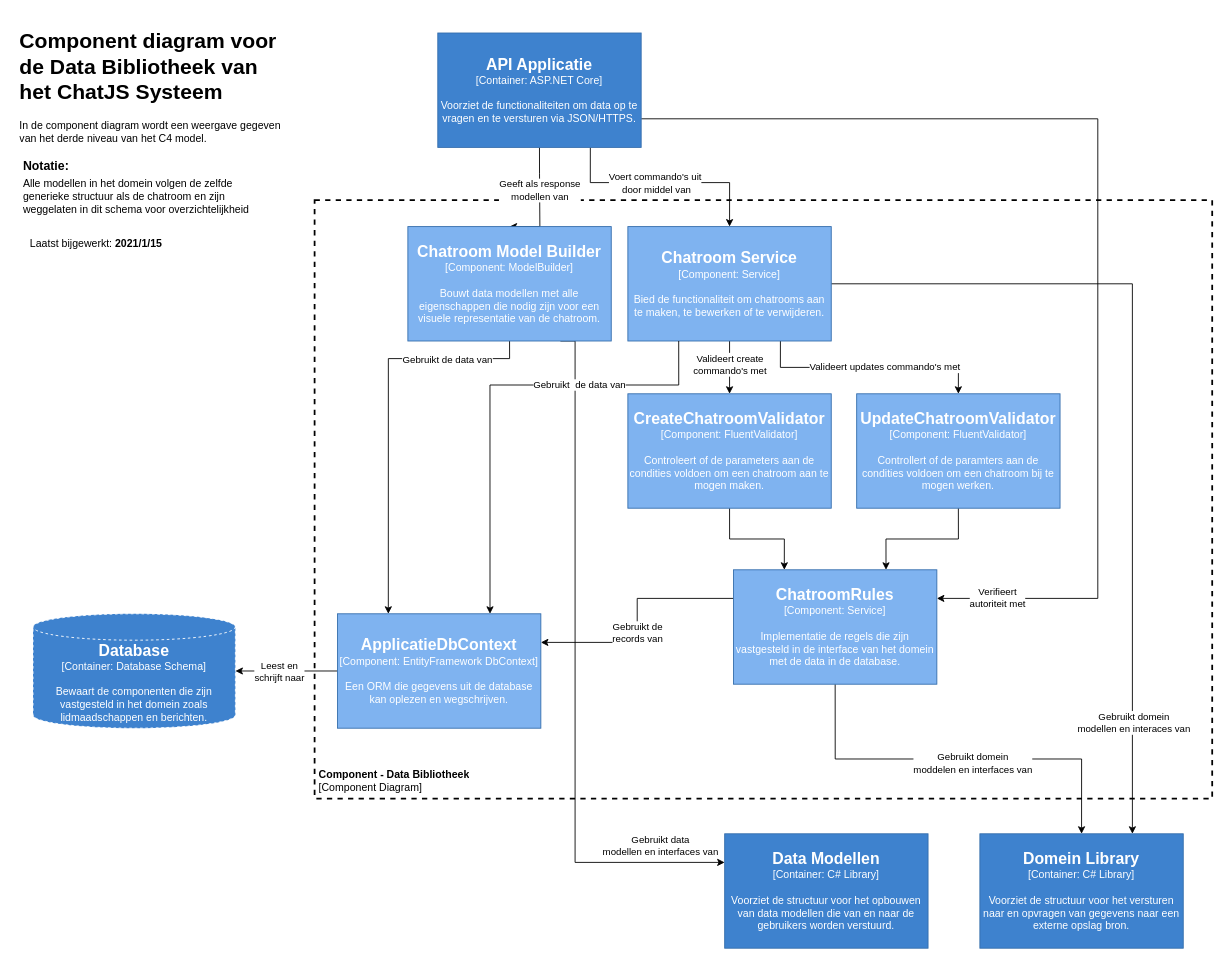
Above: docs/01. Diagrams/C4 Models/3. Components/Component Diagram - Data Bibliotheek.drawio in i442124/ChatJS (draw.io), before the change. Source tidied: cells renumbered, new cells numbered last; positions are measured from the earlier drawing's top-left corner, leaving out a move shared by most shapes. Both pictures are drawn from the tidied source at 88%, with x=0, y=0 at pixel (15, 24).
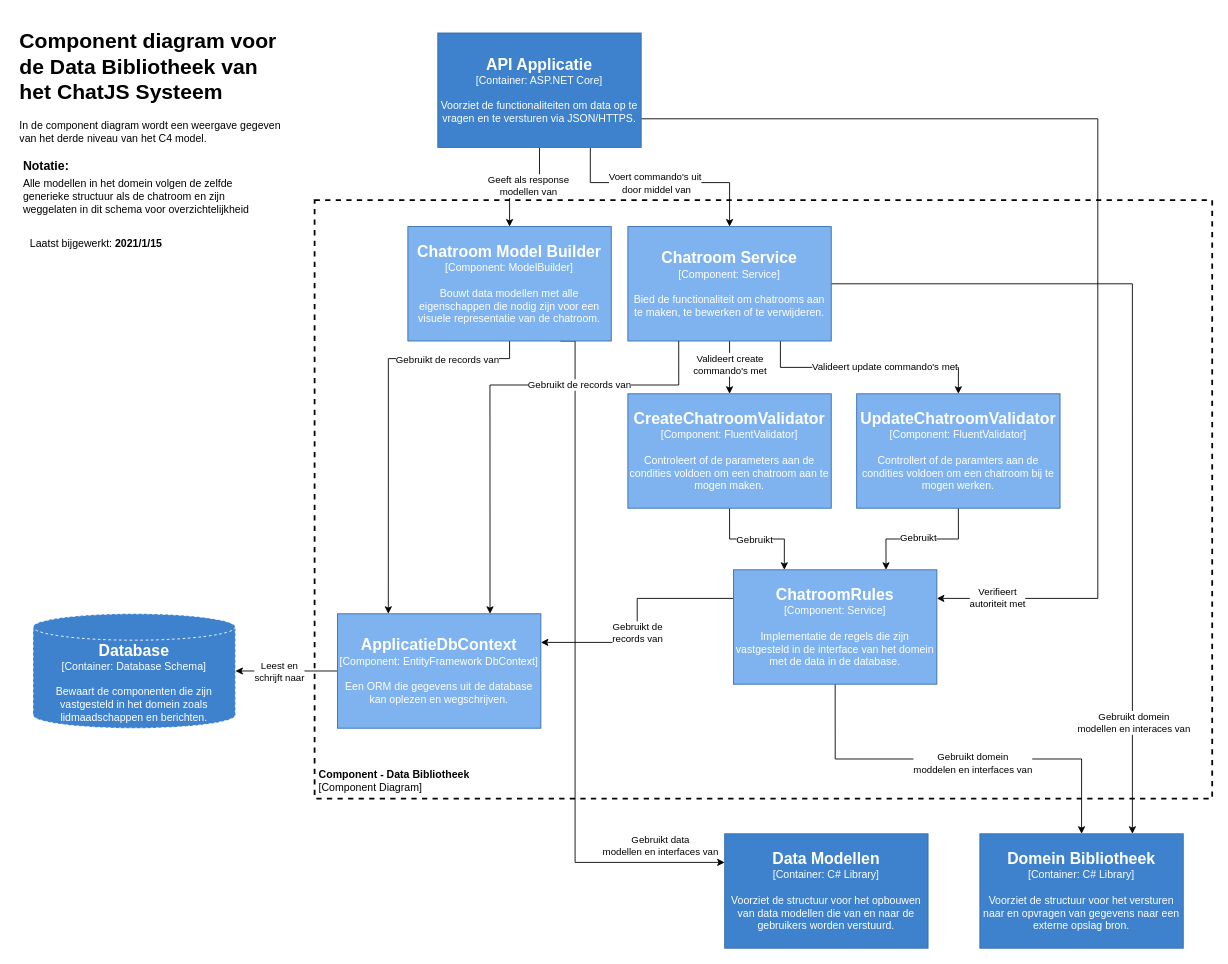
The same page after the edit.

Unchanged cells that the change refers to:
```xml
<mxCell id="11" value="&lt;div&gt;&lt;font size=&quot;1&quot;&gt;&lt;b&gt;&lt;font style=&quot;font-size: 18px&quot; color=&quot;#FFFFFF&quot;&gt;API Applicatie&lt;br&gt;&lt;/font&gt;&lt;/b&gt;&lt;/font&gt;&lt;/div&gt;&lt;div&gt;&lt;font color=&quot;#FFFFFF&quot;&gt;[Container: ASP.NET Core]&lt;br&gt;&lt;/font&gt;&lt;/div&gt;&lt;div&gt;&lt;font color=&quot;#FFFFFF&quot;&gt;&lt;br&gt;&lt;/font&gt;&lt;/div&gt;&lt;div&gt;&lt;font color=&quot;#FFFFFF&quot;&gt;Voorziet de functionaliteiten om data op te vragen en te versturen via JSON/HTTPS.&lt;br&gt;&lt;/font&gt;&lt;/div&gt;" style="rounded=0;whiteSpace=wrap;html=1;fillColor=#3E82CE;strokeColor=#336CAB;" parent="1" vertex="1">
  <mxGeometry x="480" y="10" width="231.1" height="130" as="geometry" />
</mxCell>
<mxCell id="14" style="edgeStyle=orthogonalEdgeStyle;rounded=0;jettySize=auto;html=1;exitX=0.75;exitY=1;exitDx=0;exitDy=0;entryX=0.5;entryY=0;entryDx=0;entryDy=0;" parent="1" edge="1" source="18" target="22">
  <mxGeometry relative="1" as="geometry" />
</mxCell>
<mxCell id="18" value="&lt;div&gt;&lt;font size=&quot;1&quot;&gt;&lt;b&gt;&lt;font style=&quot;font-size: 18px&quot; color=&quot;#FFFFFF&quot;&gt;Chatroom Service&lt;br&gt;&lt;/font&gt;&lt;/b&gt;&lt;/font&gt;&lt;/div&gt;&lt;div&gt;&lt;font color=&quot;#FFFFFF&quot;&gt;[Component: Service]&lt;br&gt;&lt;/font&gt;&lt;/div&gt;&lt;div&gt;&lt;font color=&quot;#FFFFFF&quot;&gt;&lt;br&gt;&lt;/font&gt;&lt;/div&gt;&lt;font color=&quot;#FFFFFF&quot;&gt;Bied de functionaliteit om chatrooms aan te maken, te bewerken of te verwijderen.&lt;br&gt;&lt;/font&gt;" style="rounded=0;whiteSpace=wrap;html=1;strokeColor=#336CAB;fillColor=#7FB3F0;" parent="1" vertex="1">
  <mxGeometry x="696" y="230" width="231.1" height="130" as="geometry" />
</mxCell>
<mxCell id="20" value="&lt;div&gt;&lt;font size=&quot;1&quot;&gt;&lt;b&gt;&lt;font style=&quot;font-size: 18px&quot; color=&quot;#FFFFFF&quot;&gt;CreateChatroomValidator&lt;br&gt;&lt;/font&gt;&lt;/b&gt;&lt;/font&gt;&lt;/div&gt;&lt;div&gt;&lt;font color=&quot;#FFFFFF&quot;&gt;[Component: &lt;/font&gt;&lt;font color=&quot;#FFFFFF&quot;&gt;&lt;font color=&quot;#FFFFFF&quot;&gt;FluentValidator&lt;/font&gt;]&lt;br&gt;&lt;/font&gt;&lt;/div&gt;&lt;div&gt;&lt;font color=&quot;#FFFFFF&quot;&gt;&lt;br&gt;&lt;/font&gt;&lt;/div&gt;&lt;font color=&quot;#FFFFFF&quot;&gt;Controleert of de parameters aan de condities voldoen om een chatroom aan te mogen maken.&lt;br&gt;&lt;/font&gt;" style="rounded=0;whiteSpace=wrap;html=1;strokeColor=#336CAB;fillColor=#7FB3F0;" parent="1" vertex="1">
  <mxGeometry x="696" y="420" width="231.1" height="130" as="geometry" />
</mxCell>
<mxCell id="21" style="edgeStyle=orthogonalEdgeStyle;rounded=0;jettySize=auto;html=1;exitX=0.5;exitY=1;exitDx=0;exitDy=0;entryX=0.75;entryY=0;entryDx=0;entryDy=0;" parent="1" edge="1" source="22" target="27">
  <mxGeometry relative="1" as="geometry" />
</mxCell>
<mxCell id="27" value="&lt;div&gt;&lt;font size=&quot;1&quot;&gt;&lt;b&gt;&lt;font style=&quot;font-size: 18px&quot; color=&quot;#FFFFFF&quot;&gt;ChatroomRules&lt;br&gt;&lt;/font&gt;&lt;/b&gt;&lt;/font&gt;&lt;/div&gt;&lt;div&gt;&lt;font color=&quot;#FFFFFF&quot;&gt;[Component: Service]&lt;br&gt;&lt;/font&gt;&lt;/div&gt;&lt;div&gt;&lt;font color=&quot;#FFFFFF&quot;&gt;&lt;br&gt;&lt;/font&gt;&lt;/div&gt;&lt;font color=&quot;#FFFFFF&quot;&gt;Implementatie de regels die zijn vastgesteld in de interface van het domein met de data in de database.&lt;br&gt;&lt;/font&gt;" style="rounded=0;whiteSpace=wrap;html=1;strokeColor=#336CAB;fillColor=#7FB3F0;" parent="1" vertex="1">
  <mxGeometry x="816" y="620" width="231.1" height="130" as="geometry" />
</mxCell>
<mxCell id="31" style="edgeStyle=orthogonalEdgeStyle;rounded=0;jettySize=auto;html=1;exitX=0.5;exitY=1;exitDx=0;exitDy=0;entryX=0.25;entryY=0;entryDx=0;entryDy=0;" parent="1" edge="1" source="33" target="37">
  <mxGeometry relative="1" as="geometry">
    <Array as="points">
      <mxPoint x="562" y="380" />
      <mxPoint x="424" y="380" />
    </Array>
  </mxGeometry>
</mxCell>
<mxCell id="33" value="&lt;div&gt;&lt;font size=&quot;1&quot;&gt;&lt;b&gt;&lt;font style=&quot;font-size: 18px&quot; color=&quot;#FFFFFF&quot;&gt;Chatroo&lt;/font&gt;&lt;/b&gt;&lt;font style=&quot;font-size: 18px&quot; color=&quot;#FFFFFF&quot;&gt;&lt;b&gt;m Model Builder&lt;/b&gt;&lt;br&gt;&lt;/font&gt;&lt;b&gt;&lt;font style=&quot;font-size: 18px&quot; color=&quot;#FFFFFF&quot;&gt;&lt;/font&gt;&lt;/b&gt;&lt;/font&gt;&lt;/div&gt;&lt;div&gt;&lt;font color=&quot;#FFFFFF&quot;&gt;[Component: ModelBuilder]&lt;br&gt;&lt;/font&gt;&lt;/div&gt;&lt;div&gt;&lt;font color=&quot;#FFFFFF&quot;&gt;&lt;br&gt;&lt;/font&gt;&lt;/div&gt;&lt;font color=&quot;#FFFFFF&quot;&gt;Bouwt data modellen met alle eigenschappen die nodig zijn voor een visuele representatie van de chatroom.&lt;br&gt;&lt;/font&gt;" style="rounded=0;whiteSpace=wrap;html=1;strokeColor=#336CAB;fillColor=#7FB3F0;" parent="1" vertex="1">
  <mxGeometry x="446" y="230" width="231.1" height="130" as="geometry" />
</mxCell>
<mxCell id="37" value="&lt;div&gt;&lt;font size=&quot;1&quot;&gt;&lt;b&gt;&lt;font style=&quot;font-size: 18px&quot; color=&quot;#FFFFFF&quot;&gt;ApplicatieDbContext&lt;br&gt;&lt;/font&gt;&lt;/b&gt;&lt;/font&gt;&lt;/div&gt;&lt;div&gt;&lt;font color=&quot;#FFFFFF&quot;&gt;[Component: EntityFramework DbContext]&lt;br&gt;&lt;/font&gt;&lt;/div&gt;&lt;div&gt;&lt;font color=&quot;#FFFFFF&quot;&gt;&lt;br&gt;&lt;/font&gt;&lt;/div&gt;&lt;font color=&quot;#FFFFFF&quot;&gt;Een ORM die gegevens uit de database kan oplezen en wegschrijven.&lt;br&gt;&lt;/font&gt;" style="rounded=0;whiteSpace=wrap;html=1;strokeColor=#336CAB;fillColor=#7FB3F0;" parent="1" vertex="1">
  <mxGeometry x="366" y="670" width="231.1" height="130" as="geometry" />
</mxCell>
```

The edit, as a diff of the source:
```diff
@@
+    <mxCell id="9" style="edgeStyle=orthogonalEdgeStyle;rounded=0;jettySize=auto;html=1;exitX=1;exitY=0.75;exitDx=0;exitDy=0;entryX=1;entryY=0.25;entryDx=0;entryDy=0;" parent="1" edge="1" source="11" target="27">
+      <mxGeometry relative="1" as="geometry">
+        <Array as="points">
+          <mxPoint x="1230" y="107" />
+          <mxPoint x="1230" y="653" />
+        </Array>
+      </mxGeometry>
+    </mxCell>
+    <mxCell id="10" value="&lt;div&gt;Verifieert&lt;br&gt;&lt;/div&gt;&lt;div&gt;autoriteit met&lt;br&gt;&lt;/div&gt;" style="edgeLabel;html=1;align=center;verticalAlign=middle;" parent="9" vertex="1">
+      <mxGeometry x="0.89" y="-1" relative="1" as="geometry" />
+    </mxCell>
     <mxCell id="7" style="edgeStyle=orthogonalEdgeStyle;rounded=0;jettySize=auto;html=1;exitX=0.5;exitY=1;exitDx=0;exitDy=0;entryX=0.5;entryY=0;entryDx=0;entryDy=0;" parent="1" edge="1" source="11" target="33">
-      <mxGeometry relative="1" as="geometry">
-        <Array as="points">
-          <mxPoint x="596" y="170" />
-          <mxPoint x="596" y="170" />
-        </Array>
-      </mxGeometry>
+      <mxGeometry relative="1" as="geometry" />
     </mxCell>
     <mxCell id="8" value="&lt;div&gt;Geeft als response &lt;br&gt;&lt;/div&gt;&lt;div&gt;modellen van&lt;/div&gt;" style="edgeLabel;html=1;align=center;verticalAlign=middle;" parent="7" vertex="1">
-      <mxGeometry x="-0.22" relative="1" as="geometry" />
+      <mxGeometry x="-0.06" y="-2" relative="1" as="geometry" />
     </mxCell>
-    <mxCell id="9" style="edgeStyle=orthogonalEdgeStyle;rounded=0;jettySize=auto;html=1;exitX=1;exitY=0.75;exitDx=0;exitDy=0;entryX=1;entryY=0.25;entryDx=0;entryDy=0;" parent="1" edge="1" source="11" target="27">
-      <mxGeometry relative="1" as="geometry">
-        <Array as="points">
-          <mxPoint x="1230" y="107" />
-          <mxPoint x="1230" y="653" />
-        </Array>
-      </mxGeometry>
-    </mxCell>
-    <mxCell id="10" value="&lt;div&gt;Verifieert&lt;br&gt;&lt;/div&gt;&lt;div&gt;autoriteit met&lt;br&gt;&lt;/div&gt;" style="edgeLabel;html=1;align=center;verticalAlign=middle;" parent="9" vertex="1">
-      <mxGeometry x="0.89" y="-1" relative="1" as="geometry" />
-    </mxCell>
@@
-    <mxCell id="15" value="Valideert updates commando's met" style="edgeLabel;html=1;align=center;verticalAlign=middle;" parent="14" vertex="1">
+    <mxCell id="15" value="Valideert update commando's met" style="edgeLabel;html=1;align=center;verticalAlign=middle;" parent="14" vertex="1">
       <mxGeometry x="0.13" y="1" relative="1" as="geometry" />
     </mxCell>
@@
     <mxCell id="19" style="edgeStyle=orthogonalEdgeStyle;rounded=0;jettySize=auto;html=1;exitX=0.5;exitY=1;exitDx=0;exitDy=0;entryX=0.25;entryY=0;entryDx=0;entryDy=0;" parent="1" edge="1" source="20" target="27">
-      <mxGeometry relative="1" as="geometry" />
+      <mxGeometry relative="1" as="geometry">
+        <Array as="points">
+          <mxPoint x="812" y="585" />
+          <mxPoint x="874" y="585" />
+        </Array>
+      </mxGeometry>
     </mxCell>
+    <mxCell id="42" value="Gebruikt" style="edgeLabel;html=1;align=center;verticalAlign=middle;" parent="19" vertex="1">
+      <mxGeometry x="-0.09" relative="1" as="geometry">
+        <mxPoint x="3.4" as="offset" />
+      </mxGeometry>
+    </mxCell>
@@
+    <mxCell id="43" value="Gebruikt" style="edgeLabel;html=1;align=center;verticalAlign=middle;" parent="21" vertex="1">
+      <mxGeometry x="0.07" y="-2" relative="1" as="geometry" />
+    </mxCell>
@@
-    <mxCell id="28" value="&lt;div&gt;&lt;font size=&quot;1&quot;&gt;&lt;b&gt;&lt;font style=&quot;font-size: 18px&quot; color=&quot;#FFFFFF&quot;&gt;Domein Library&lt;/font&gt;&lt;/b&gt;&lt;/font&gt;&lt;br&gt;&lt;/div&gt;&lt;div&gt;&lt;font color=&quot;#FFFFFF&quot;&gt;[Container: &lt;/font&gt;&lt;font color=&quot;#FFFFFF&quot;&gt;&lt;font color=&quot;#FFFFFF&quot;&gt;C# Library&lt;/font&gt;]&lt;br&gt;&lt;/font&gt;&lt;/div&gt;&lt;div&gt;&lt;font color=&quot;#FFFFFF&quot;&gt;&lt;br&gt;&lt;/font&gt;&lt;/div&gt;&lt;font color=&quot;#FFFFFF&quot;&gt;Voorziet de structuur voor het versturen naar en opvragen van gegevens naar een externe opslag bron.&lt;br&gt;&lt;/font&gt;" style="rounded=0;whiteSpace=wrap;html=1;fillColor=#3E82CE;strokeColor=#336CAB;" parent="1" vertex="1">
+    <mxCell id="28" value="&lt;div&gt;&lt;font size=&quot;1&quot;&gt;&lt;b&gt;&lt;font style=&quot;font-size: 18px&quot; color=&quot;#FFFFFF&quot;&gt;Domein Bibliotheek&lt;/font&gt;&lt;/b&gt;&lt;/font&gt;&lt;br&gt;&lt;/div&gt;&lt;div&gt;&lt;font color=&quot;#FFFFFF&quot;&gt;[Container: &lt;/font&gt;&lt;font color=&quot;#FFFFFF&quot;&gt;&lt;font color=&quot;#FFFFFF&quot;&gt;C# Library&lt;/font&gt;]&lt;br&gt;&lt;/font&gt;&lt;/div&gt;&lt;div&gt;&lt;font color=&quot;#FFFFFF&quot;&gt;&lt;br&gt;&lt;/font&gt;&lt;/div&gt;&lt;font color=&quot;#FFFFFF&quot;&gt;Voorziet de structuur voor het versturen naar en opvragen van gegevens naar een externe opslag bron.&lt;br&gt;&lt;/font&gt;" style="rounded=0;whiteSpace=wrap;html=1;fillColor=#3E82CE;strokeColor=#336CAB;" parent="1" vertex="1">
       <mxGeometry x="1096" y="920" width="231.1" height="130" as="geometry" />
     </mxCell>
@@
-    <mxCell id="32" value="Gebruikt de data van" style="edgeLabel;html=1;align=center;verticalAlign=middle;" parent="31" vertex="1">
+    <mxCell id="32" value="Gebruikt de records van" style="edgeLabel;html=1;align=center;verticalAlign=middle;" parent="31" vertex="1">
       <mxGeometry x="-0.55" relative="1" as="geometry">
         <mxPoint x="9.4" as="offset" />
       </mxGeometry>
     </mxCell>
@@
-    <mxCell id="41" value="&lt;div&gt;Gebruikt&amp;nbsp; de data van&lt;/div&gt;" style="edgeStyle=orthogonalEdgeStyle;rounded=0;jettySize=auto;html=1;exitX=0.25;exitY=1;exitDx=0;exitDy=0;entryX=0.75;entryY=0;entryDx=0;entryDy=0;" parent="1" edge="1" source="18" target="37">
+    <mxCell id="41" value="&lt;div&gt;Gebruikt de records van&lt;/div&gt;" style="edgeStyle=orthogonalEdgeStyle;rounded=0;jettySize=auto;html=1;exitX=0.25;exitY=1;exitDx=0;exitDy=0;entryX=0.75;entryY=0;entryDx=0;entryDy=0;" parent="1" edge="1" source="18" target="37">
       <mxGeometry x="-0.38" relative="1" as="geometry">
         <Array as="points">
           <mxPoint x="754" y="410" />
           <mxPoint x="539" y="410" />
         </Array>
       </mxGeometry>
     </mxCell>
```
